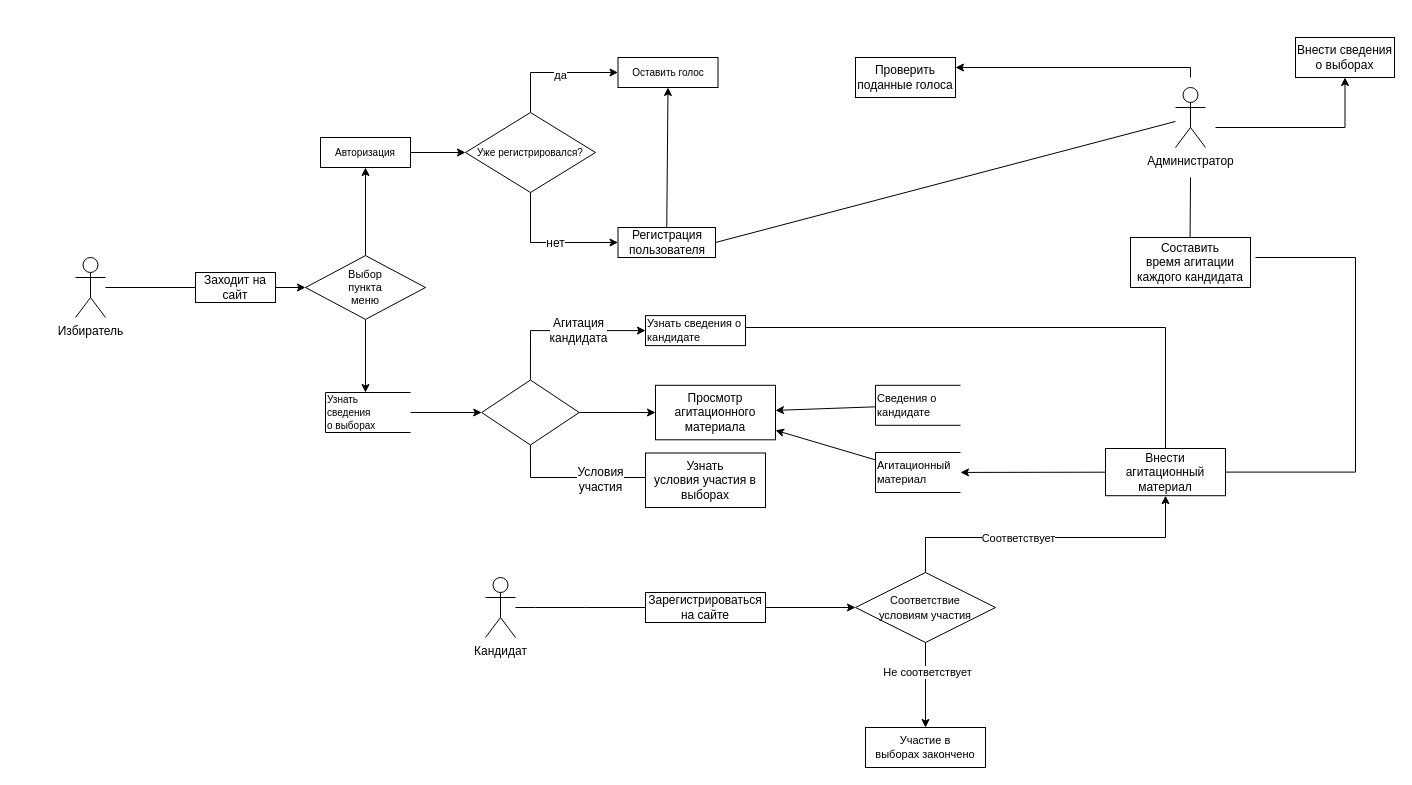
This is DFD Diagram v.2.0 .drawio from aleksey899/Inter.MixAN, a draw.io file, before an edit. Source tidied: cells renumbered, new cells numbered last; positions are measured from the earlier drawing's top-left corner, leaving out a move shared by most shapes. Both pictures are drawn from the tidied source at 100%, with x=0, y=0 at pixel (75, 37).
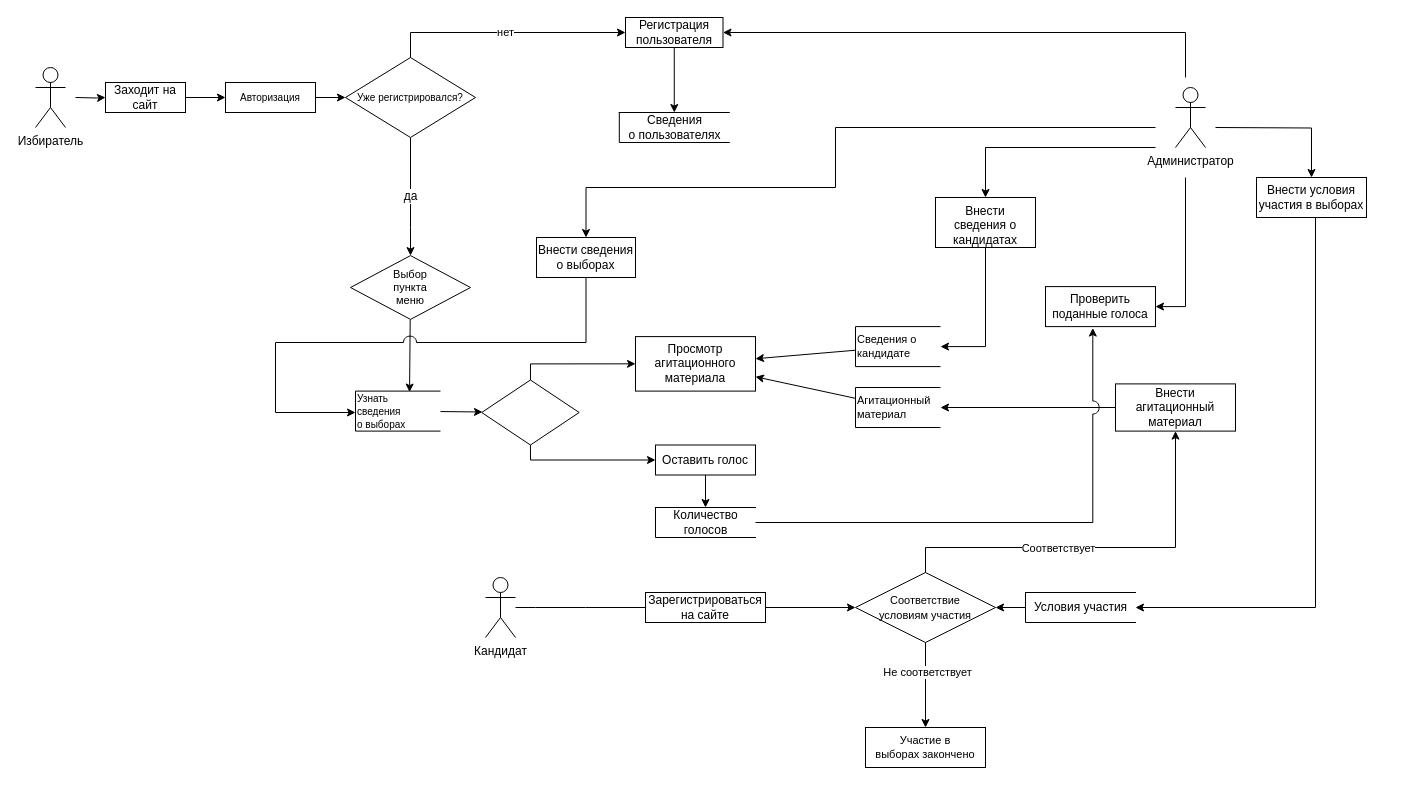
The same diagram, later.

The change refers to these unchanged cells:
```xml
<mxCell id="4" value="Администратор" style="shape=umlActor;verticalLabelPosition=bottom;verticalAlign=top;html=1;outlineConnect=0;hachureGap=4;" parent="1" vertex="1">
  <mxGeometry x="1100" y="50" width="30" height="60" as="geometry" />
</mxCell>
<mxCell id="27" style="rhombus;whiteSpace=wrap;html=1;rounded=0;fontSize=11;align=left;strokeWidth=1;" parent="1" vertex="1">
  <mxGeometry x="406.2" y="342.5" width="97.5" height="65" as="geometry" />
</mxCell>
<mxCell id="43" value="&lt;font style=&quot;font-size: 11px&quot;&gt;Соответствие&lt;font style=&quot;font-size: 11px&quot;&gt;&lt;br&gt;условиям &lt;/font&gt; &lt;font style=&quot;font-size: 11px&quot;&gt;участия&lt;/font&gt;&lt;/font&gt;" style="rhombus;whiteSpace=wrap;html=1;rounded=0;fontSize=12;strokeWidth=1;" parent="1" vertex="1">
  <mxGeometry x="780" y="535" width="140" height="70" as="geometry" />
</mxCell>
```

What changed in the source:
```diff
@@
-    <mxCell id="2" style="edgeStyle=none;rounded=0;jettySize=auto;html=1;endArrow=none;endFill=0;" parent="1" edge="1" target="7">
-      <mxGeometry relative="1" as="geometry">
-        <mxPoint x="30" y="250" as="sourcePoint" />
-      </mxGeometry>
-    </mxCell>
+    <mxCell id="57" style="edgeStyle=orthogonalEdgeStyle;rounded=0;jettySize=auto;html=1;" parent="1" edge="1" target="7">
+      <mxGeometry relative="1" as="geometry">
+        <mxPoint y="60" as="sourcePoint" />
+      </mxGeometry>
+    </mxCell>
     <mxCell id="3" value="Избиратель" style="shape=umlActor;verticalLabelPosition=bottom;verticalAlign=top;html=1;hachureGap=4;" parent="1" vertex="1">
-      <mxGeometry y="220" width="30" height="60" as="geometry" />
+      <mxGeometry x="-40" y="30" width="30" height="60" as="geometry" />
     </mxCell>
+    <mxCell id="58" style="edgeStyle=orthogonalEdgeStyle;rounded=0;jettySize=auto;html=1;" parent="1" edge="1" target="62">
+      <mxGeometry relative="1" as="geometry">
+        <mxPoint x="1080" y="110" as="sourcePoint" />
+        <Array as="points">
+          <mxPoint x="910" y="110" />
+        </Array>
+      </mxGeometry>
+    </mxCell>
@@
-    <mxCell id="6" style="edgeStyle=none;rounded=0;jettySize=auto;html=1;exitX=1;exitY=0.5;exitDx=0;exitDy=0;entryX=0;entryY=0.5;entryDx=0;entryDy=0;fontSize=10;endArrow=classic;endFill=1;" parent="1" edge="1" source="7">
-      <mxGeometry relative="1" as="geometry">
-        <mxPoint x="230" y="250" as="targetPoint" />
-      </mxGeometry>
+    <mxCell id="6" style="edgeStyle=none;rounded=0;jettySize=auto;html=1;exitX=1;exitY=0.5;exitDx=0;exitDy=0;entryX=0;entryY=0.5;entryDx=0;entryDy=0;fontSize=10;endArrow=classic;endFill=1;" parent="1" edge="1" source="7" target="12">
+      <mxGeometry relative="1" as="geometry" />
     </mxCell>
     <mxCell id="7" value="Заходит на сайт" style="rounded=0;whiteSpace=wrap;html=1;" parent="1" vertex="1">
-      <mxGeometry x="120" y="235" width="80" height="30" as="geometry" />
+      <mxGeometry x="30" y="45" width="80" height="30" as="geometry" />
     </mxCell>
-    <mxCell id="8" style="edgeStyle=none;rounded=0;jettySize=auto;html=1;fontSize=11;endArrow=classic;endFill=1;" parent="1" edge="1" source="10" target="12">
-      <mxGeometry relative="1" as="geometry" />
-    </mxCell>
-    <mxCell id="9" style="edgeStyle=none;rounded=0;jettySize=auto;html=1;fontSize=11;endArrow=classic;endFill=1;" parent="1" edge="1" source="10">
-      <mxGeometry relative="1" as="geometry">
-        <mxPoint x="290" y="355" as="targetPoint" />
-      </mxGeometry>
+    <mxCell id="9" style="edgeStyle=none;rounded=0;jettySize=auto;html=1;fontSize=11;endArrow=classic;endFill=1;entryX=0.636;entryY=0.024;entryDx=0;entryDy=0;entryPerimeter=0;" parent="1" edge="1" source="10" target="14">
+      <mxGeometry relative="1" as="geometry" />
     </mxCell>
     <mxCell id="10" value="&lt;font style=&quot;font-size: 11px&quot;&gt;Выбор &lt;br&gt;пункта &lt;br&gt;&lt;font style=&quot;font-size: 11px&quot;&gt;меню&lt;/font&gt;&lt;font style=&quot;font-size: 11px&quot;&gt; &lt;br&gt; &lt;/font&gt;&lt;/font&gt;" style="strokeWidth=1;html=1;shape=mxgraph.flowchart.decision;whiteSpace=wrap;fontSize=10;" parent="1" vertex="1">
-      <mxGeometry x="230" y="218.1" width="120" height="63.8" as="geometry" />
+      <mxGeometry x="275" y="218.1" width="120" height="63.8" as="geometry" />
     </mxCell>
@@
     <mxCell id="12" value="Авторизация" style="whiteSpace=wrap;html=1;fontSize=10;strokeWidth=1;" parent="1" vertex="1">
-      <mxGeometry x="245" y="100" width="90" height="30" as="geometry" />
+      <mxGeometry x="150" y="45" width="90" height="30" as="geometry" />
     </mxCell>
@@
     <mxCell id="14" value="&lt;font&gt;&lt;span style=&quot;text-align: center ; font-size: 10px&quot;&gt;Узнать&lt;/span&gt;&lt;br style=&quot;text-align: center&quot;&gt;&lt;span style=&quot;text-align: center ; font-size: 10px&quot;&gt;сведения&lt;/span&gt;&lt;/font&gt; &lt;br&gt;&lt;div style=&quot;text-align: center&quot;&gt;&lt;span style=&quot;font-size: 10px&quot;&gt;о выборах&lt;/span&gt;&lt;/div&gt;" style="strokeWidth=1;html=1;shape=mxgraph.flowchart.annotation_1;align=left;rounded=0;fontSize=11;" parent="1" vertex="1">
-      <mxGeometry x="250" y="355" width="85" height="40" as="geometry" />
+      <mxGeometry x="280" y="353.6" width="85" height="40" as="geometry" />
     </mxCell>
-    <mxCell id="15" style="edgeStyle=none;rounded=0;orthogonalLoop=1;jettySize=auto;html=1;fontSize=11;endArrow=none;endFill=0;" parent="1" edge="1">
-      <mxGeometry relative="1" as="geometry">
-        <mxPoint x="1114.5" y="210" as="sourcePoint" />
-        <mxPoint x="1115" y="140" as="targetPoint" />
-      </mxGeometry>
-    </mxCell>
     <mxCell id="16" value="Уже регистрировался?" style="rhombus;whiteSpace=wrap;html=1;fontSize=10;strokeWidth=1;" parent="1" vertex="1">
-      <mxGeometry x="390" y="75" width="130" height="80" as="geometry" />
+      <mxGeometry x="270" y="20" width="130" height="80" as="geometry" />
     </mxCell>
-    <mxCell id="17" value="Оставить голос" style="whiteSpace=wrap;html=1;fontSize=10;strokeWidth=1;" parent="1" vertex="1">
-      <mxGeometry x="542.5" y="20" width="100" height="30" as="geometry" />
+    <mxCell id="17" value="Оставить голос" style="whiteSpace=wrap;html=1;fontSize=12;strokeWidth=1;" parent="1" vertex="1">
+      <mxGeometry x="580" y="407.5" width="100" height="30" as="geometry" />
     </mxCell>
-    <mxCell id="18" style="endArrow=classic;html=1;rounded=0;fontSize=11;edgeStyle=orthogonalEdgeStyle;elbow=vertical;endFill=1;entryX=0;entryY=0.5;entryDx=0;entryDy=0;exitX=0.5;exitY=0;exitDx=0;exitDy=0;" parent="1" edge="1" source="16" target="17">
+    <mxCell id="18" value="нет" style="endArrow=classic;html=1;rounded=0;fontSize=11;edgeStyle=orthogonalEdgeStyle;elbow=vertical;endFill=1;exitX=0.5;exitY=0;exitDx=0;exitDy=0;entryX=0;entryY=0.5;entryDx=0;entryDy=0;" parent="1" edge="1" source="16" target="20">
       <mxGeometry relative="1" as="geometry" />
     </mxCell>
-    <mxCell id="19" value="да" style="edgeLabel;html=1;align=center;verticalAlign=middle;fontSize=11;" parent="18" vertex="1">
-      <mxGeometry x="0.09" y="-2" relative="1" as="geometry" />
-    </mxCell>
     <mxCell id="20" value="&lt;font&gt;Регистрация&lt;br&gt;&lt;/font&gt;&lt;font&gt;пользователя&lt;/font&gt;" style="rounded=0;whiteSpace=wrap;html=1;fontSize=12;strokeWidth=1;" parent="1" vertex="1">
-      <mxGeometry x="542.5" y="190" width="97.5" height="30" as="geometry" />
+      <mxGeometry x="550" y="-20" width="97.5" height="30" as="geometry" />
     </mxCell>
-    <mxCell id="21" style="endArrow=classic;html=1;rounded=0;fontSize=12;edgeStyle=orthogonalEdgeStyle;elbow=vertical;exitX=0.5;exitY=1;exitDx=0;exitDy=0;entryX=0;entryY=0.5;entryDx=0;entryDy=0;" parent="1" edge="1" source="16" target="20">
-      <mxGeometry relative="1" as="geometry" />
+    <mxCell id="21" value="да" style="endArrow=classic;html=1;rounded=0;fontSize=12;edgeStyle=orthogonalEdgeStyle;elbow=vertical;exitX=0.5;exitY=1;exitDx=0;exitDy=0;entryX=0.5;entryY=0;entryDx=0;entryDy=0;entryPerimeter=0;" parent="1" edge="1" source="16" target="10">
+      <mxGeometry relative="1" as="geometry">
+        <Array as="points">
+          <mxPoint x="335" y="190" />
+          <mxPoint x="335" y="190" />
+        </Array>
+      </mxGeometry>
     </mxCell>
-    <mxCell id="22" value="нет" style="edgeLabel;html=1;align=center;verticalAlign=middle;fontSize=12;" parent="21" vertex="1">
-      <mxGeometry x="0.07" relative="1" as="geometry" />
-    </mxCell>
+    <mxCell id="59" style="edgeStyle=orthogonalEdgeStyle;rounded=0;jettySize=auto;html=1;entryX=1;entryY=0.5;entryDx=0;entryDy=0;" parent="1" edge="1" target="20">
+      <mxGeometry relative="1" as="geometry">
+        <mxPoint x="1110" y="40" as="sourcePoint" />
+        <Array as="points">
+          <mxPoint x="1110" y="-5" />
+        </Array>
+      </mxGeometry>
+    </mxCell>
     <mxCell id="23" value="Проверить поданные голоса" style="rounded=0;whiteSpace=wrap;html=1;fontSize=12;strokeWidth=1;" parent="1" vertex="1">
-      <mxGeometry x="780" y="20" width="100" height="40" as="geometry" />
+      <mxGeometry x="970" y="249.1" width="110" height="40" as="geometry" />
     </mxCell>
-    <mxCell id="24" style="endArrow=classic;html=1;rounded=0;fontSize=12;edgeStyle=orthogonalEdgeStyle;elbow=vertical;endFill=1;" parent="1" edge="1">
+    <mxCell id="24" style="endArrow=classic;html=1;rounded=0;fontSize=12;edgeStyle=orthogonalEdgeStyle;elbow=vertical;endFill=1;entryX=1;entryY=0.5;entryDx=0;entryDy=0;" parent="1" edge="1" target="23">
       <mxGeometry relative="1" as="geometry">
-        <mxPoint x="1115" y="40" as="sourcePoint" />
-        <mxPoint x="880" y="30" as="targetPoint" />
+        <mxPoint x="1110" y="140" as="sourcePoint" />
         <Array as="points">
-          <mxPoint x="1115" y="30" />
-          <mxPoint x="880" y="30" />
+          <mxPoint x="1110" y="269" />
         </Array>
       </mxGeometry>
     </mxCell>
-    <mxCell id="25" style="endArrow=classic;html=1;rounded=0;fontSize=12;elbow=vertical;entryX=0.5;entryY=1;entryDx=0;entryDy=0;exitX=0.5;exitY=0;exitDx=0;exitDy=0;" parent="1" edge="1" source="20" target="17">
-      <mxGeometry relative="1" as="geometry" />
-    </mxCell>
-    <mxCell id="26" style="edgeStyle=none;rounded=0;jettySize=auto;html=1;endArrow=classic;endFill=1;" parent="1" edge="1" source="27" target="52">
-      <mxGeometry relative="1" as="geometry" />
-    </mxCell>
@@
-    <mxCell id="28" value="Узнать сведения о кандидате" style="whiteSpace=wrap;html=1;rounded=0;fontSize=11;align=left;strokeWidth=1;" parent="1" vertex="1">
-      <mxGeometry x="570" y="278.1" width="100" height="30" as="geometry" />
-    </mxCell>
-    <mxCell id="29" style="endArrow=classic;html=1;rounded=0;fontSize=12;edgeStyle=orthogonalEdgeStyle;elbow=vertical;entryX=0;entryY=0.5;entryDx=0;entryDy=0;exitX=0.5;exitY=0;exitDx=0;exitDy=0;" parent="1" edge="1" source="27" target="28">
-      <mxGeometry relative="1" as="geometry">
-        <Array as="points">
-          <mxPoint x="455" y="293" />
-        </Array>
-      </mxGeometry>
-    </mxCell>
-    <mxCell id="30" value="Агитация&lt;br&gt;&lt;font&gt;кандидата&lt;/font&gt;" style="edgeLabel;html=1;align=center;verticalAlign=middle;fontSize=12;" parent="29" vertex="1">
-      <mxGeometry x="0.18" y="1" relative="1" as="geometry" />
-    </mxCell>
-    <mxCell id="31" style="edgeStyle=orthogonalEdgeStyle;rounded=0;orthogonalLoop=1;jettySize=auto;html=1;exitX=0.5;exitY=1;exitDx=0;exitDy=0;fontSize=12;endArrow=classic;endFill=1;" parent="1" edge="1" source="28" target="28">
-      <mxGeometry relative="1" as="geometry" />
+    <mxCell id="31" style="edgeStyle=orthogonalEdgeStyle;rounded=0;orthogonalLoop=1;jettySize=auto;html=1;exitX=0.5;exitY=1;exitDx=0;exitDy=0;fontSize=12;endArrow=classic;endFill=1;" parent="1" edge="1">
+      <mxGeometry relative="1" as="geometry">
+        <mxPoint x="620" y="308.1" as="sourcePoint" />
+        <mxPoint x="620" y="308.1" as="targetPoint" />
+      </mxGeometry>
     </mxCell>
@@
-    <mxCell id="34" value="Узнать&lt;br&gt;условия&amp;nbsp;&lt;font&gt;участия в выборах&lt;/font&gt;" style="rounded=0;whiteSpace=wrap;html=1;fontSize=12;strokeWidth=1;" parent="1" vertex="1">
-      <mxGeometry x="570" y="415.5" width="120" height="54.5" as="geometry" />
-    </mxCell>
-    <mxCell id="35" style="endArrow=none;html=1;rounded=0;fontSize=12;elbow=vertical;exitX=0.5;exitY=1;exitDx=0;exitDy=0;edgeStyle=orthogonalEdgeStyle;entryX=0;entryY=0.5;entryDx=0;entryDy=0;" parent="1" edge="1" source="27" target="34">
-      <mxGeometry relative="1" as="geometry">
-        <Array as="points">
-          <mxPoint x="455" y="440" />
-          <mxPoint x="570" y="440" />
-        </Array>
-      </mxGeometry>
-    </mxCell>
-    <mxCell id="36" value="Условия&lt;br&gt;&lt;font&gt;участия&lt;/font&gt;" style="edgeLabel;html=1;align=center;verticalAlign=middle;points=[];fontSize=12;" parent="35" vertex="1">
-      <mxGeometry x="0.36" y="-1" relative="1" as="geometry" />
-    </mxCell>
-    <mxCell id="37" style="endArrow=none;html=1;rounded=0;fontSize=12;elbow=vertical;exitX=1;exitY=0.5;exitDx=0;exitDy=0;" parent="1" edge="1" source="20" target="4">
-      <mxGeometry relative="1" as="geometry" />
-    </mxCell>
@@
     <mxCell id="40" value="Внести агитационный&lt;br&gt;&lt;font&gt;материал&lt;/font&gt;" style="rounded=0;whiteSpace=wrap;html=1;fontSize=12;strokeWidth=1;" parent="1" vertex="1">
-      <mxGeometry x="1030" y="411" width="120" height="47.2" as="geometry" />
+      <mxGeometry x="1040" y="346.4" width="120" height="47.2" as="geometry" />
     </mxCell>
-    <mxCell id="41" value="Составить&lt;br&gt;время&amp;nbsp;&lt;font&gt;агитации каждого кандидата&lt;/font&gt;" style="rounded=0;whiteSpace=wrap;html=1;fontSize=12;strokeWidth=1;" parent="1" vertex="1">
-      <mxGeometry x="1055" y="200" width="120" height="50" as="geometry" />
-    </mxCell>
-    <mxCell id="42" style="endArrow=none;html=1;rounded=0;fontSize=12;edgeStyle=orthogonalEdgeStyle;elbow=vertical;entryX=1;entryY=0.5;entryDx=0;entryDy=0;exitX=0.5;exitY=0;exitDx=0;exitDy=0;endFill=0;" parent="1" edge="1" source="40" target="28">
-      <mxGeometry relative="1" as="geometry">
-        <Array as="points">
-          <mxPoint x="1090" y="290" />
-          <mxPoint x="670" y="290" />
-        </Array>
-      </mxGeometry>
-    </mxCell>
@@
     <mxCell id="45" style="endArrow=classic;html=1;rounded=0;fontSize=11;edgeStyle=orthogonalEdgeStyle;elbow=vertical;entryX=0.5;entryY=1;entryDx=0;entryDy=0;exitX=0.5;exitY=0;exitDx=0;exitDy=0;" parent="1" edge="1" source="43" target="40">
       <mxGeometry relative="1" as="geometry">
         <Array as="points">
-          <mxPoint x="850" y="500" />
-          <mxPoint x="1090" y="500" />
+          <mxPoint x="850" y="510" />
+          <mxPoint x="1100" y="510" />
         </Array>
       </mxGeometry>
     </mxCell>
@@
-    <mxCell id="49" style="endArrow=none;html=1;rounded=0;fontSize=11;elbow=vertical;edgeStyle=orthogonalEdgeStyle;entryX=1;entryY=0.5;entryDx=0;entryDy=0;endFill=0;" parent="1" edge="1" target="40">
-      <mxGeometry relative="1" as="geometry">
-        <mxPoint x="1180" y="220" as="sourcePoint" />
-        <Array as="points">
-          <mxPoint x="1280" y="220" />
-          <mxPoint x="1280" y="435" />
-        </Array>
-      </mxGeometry>
-    </mxCell>
@@
     <mxCell id="51" value="Агитационный&lt;br&gt;материал" style="strokeWidth=1;html=1;shape=mxgraph.flowchart.annotation_1;align=left;rounded=0;fontSize=11;" parent="1" vertex="1">
-      <mxGeometry x="800" y="415" width="85" height="40" as="geometry" />
+      <mxGeometry x="780" y="350" width="85" height="40" as="geometry" />
     </mxCell>
     <mxCell id="52" value="Просмотр агитационного материала" style="rounded=0;whiteSpace=wrap;html=1;fontSize=12;strokeWidth=1;" parent="1" vertex="1">
-      <mxGeometry x="580" y="347.8" width="120" height="54.5" as="geometry" />
+      <mxGeometry x="560" y="299.1" width="120" height="54.5" as="geometry" />
     </mxCell>
@@
     <mxCell id="54" value="Сведения о &lt;br&gt;кандидате" style="strokeWidth=1;html=1;shape=mxgraph.flowchart.annotation_1;align=left;rounded=0;fontSize=11;" parent="1" vertex="1">
-      <mxGeometry x="800" y="347.8" width="85" height="40" as="geometry" />
+      <mxGeometry x="780" y="289.1" width="85" height="40" as="geometry" />
     </mxCell>
     <mxCell id="55" value="Внести сведения о выборах" style="rounded=0;whiteSpace=wrap;html=1;" parent="1" vertex="1">
-      <mxGeometry x="1220" width="99" height="40" as="geometry" />
+      <mxGeometry x="461" y="200" width="99" height="40" as="geometry" />
     </mxCell>
-    <mxCell id="56" style="endArrow=classic;html=1;rounded=0;edgeStyle=orthogonalEdgeStyle;entryX=0.5;entryY=1;entryDx=0;entryDy=0;" parent="1" edge="1" target="55">
+    <mxCell id="56" style="endArrow=classic;html=1;rounded=0;edgeStyle=orthogonalEdgeStyle;entryX=0.5;entryY=0;entryDx=0;entryDy=0;" parent="1" edge="1" target="55">
       <mxGeometry relative="1" as="geometry">
-        <mxPoint x="1140" y="90" as="sourcePoint" />
+        <mxPoint x="1080" y="90" as="sourcePoint" />
         <Array as="points">
-          <mxPoint x="1269" y="90" />
+          <mxPoint x="760" y="90" />
+          <mxPoint x="760" y="150" />
+          <mxPoint x="511" y="150" />
         </Array>
       </mxGeometry>
     </mxCell>
+    <mxCell id="60" value="Сведения&lt;br&gt;о&amp;nbsp;&lt;font&gt;пользователях&lt;/font&gt;" style="html=1;dashed=0;whitespace=wrap;shape=partialRectangle;right=0;" parent="1" vertex="1">
+      <mxGeometry x="543.8" y="75" width="110" height="30" as="geometry" />
+    </mxCell>
+    <mxCell id="61" style="edgeStyle=orthogonalEdgeStyle;rounded=0;jettySize=auto;html=1;" parent="1" edge="1" source="36" target="43">
+      <mxGeometry relative="1" as="geometry" />
+    </mxCell>
+    <mxCell id="36" value="Условия участия" style="html=1;dashed=0;whitespace=wrap;shape=partialRectangle;right=0;" parent="1" vertex="1">
+      <mxGeometry x="950" y="555" width="110" height="30" as="geometry" />
+    </mxCell>
+    <mxCell id="62" value="Внести&lt;br&gt;сведения&amp;nbsp;&lt;font&gt;о кандидатах&lt;/font&gt;" style="whiteSpace=wrap;html=1;verticalAlign=top;hachureGap=4;" parent="1" vertex="1">
+      <mxGeometry x="860" y="160" width="100" height="50" as="geometry" />
+    </mxCell>
+    <mxCell id="63" style="endArrow=classic;html=1;rounded=0;edgeStyle=orthogonalEdgeStyle;exitX=0.5;exitY=1;exitDx=0;exitDy=0;entryX=1;entryY=0.5;entryDx=0;entryDy=0;entryPerimeter=0;jumpStyle=arc;jumpSize=13;" parent="1" edge="1" source="62" target="54">
+      <mxGeometry relative="1" as="geometry">
+        <Array as="points">
+          <mxPoint x="910" y="309" />
+        </Array>
+      </mxGeometry>
+    </mxCell>
+    <mxCell id="64" style="endArrow=classic;html=1;rounded=0;edgeStyle=orthogonalEdgeStyle;jumpStyle=arc;jumpSize=13;exitX=0.5;exitY=1;exitDx=0;exitDy=0;entryX=0;entryY=0.5;entryDx=0;entryDy=0;" parent="1" edge="1" source="27" target="17">
+      <mxGeometry relative="1" as="geometry">
+        <Array as="points">
+          <mxPoint x="455" y="423" />
+        </Array>
+      </mxGeometry>
+    </mxCell>
+    <mxCell id="26" style="endArrow=classic;html=1;rounded=0;edgeStyle=orthogonalEdgeStyle;jumpStyle=arc;jumpSize=13;entryX=0;entryY=0.5;entryDx=0;entryDy=0;exitX=0.5;exitY=0;exitDx=0;exitDy=0;" parent="1" edge="1" source="27" target="52">
+      <mxGeometry relative="1" as="geometry">
+        <Array as="points">
+          <mxPoint x="455" y="326" />
+        </Array>
+      </mxGeometry>
+    </mxCell>
+    <mxCell id="65" style="endArrow=classic;html=1;rounded=0;jumpStyle=arc;jumpSize=13;exitX=0.5;exitY=1;exitDx=0;exitDy=0;" parent="1" edge="1" source="20" target="60">
+      <mxGeometry relative="1" as="geometry" />
+    </mxCell>
+    <mxCell id="66" value="Количество&lt;br&gt;&lt;font&gt;голосов&lt;/font&gt;" style="html=1;dashed=0;whitespace=wrap;shape=partialRectangle;right=0;" parent="1" vertex="1">
+      <mxGeometry x="580" y="470" width="100" height="30" as="geometry" />
+    </mxCell>
+    <mxCell id="67" style="endArrow=classic;html=1;rounded=0;jumpStyle=arc;jumpSize=13;exitX=0.5;exitY=1;exitDx=0;exitDy=0;entryX=0.5;entryY=0;entryDx=0;entryDy=0;" parent="1" edge="1" source="17" target="66">
+      <mxGeometry relative="1" as="geometry" />
+    </mxCell>
+    <mxCell id="68" style="endArrow=classic;html=1;rounded=0;jumpStyle=arc;jumpSize=13;edgeStyle=orthogonalEdgeStyle;exitX=1;exitY=0.5;exitDx=0;exitDy=0;entryX=0.43;entryY=1.036;entryDx=0;entryDy=0;entryPerimeter=0;" parent="1" edge="1" source="66" target="23">
+      <mxGeometry relative="1" as="geometry">
+        <Array as="points">
+          <mxPoint x="1017" y="485" />
+        </Array>
+      </mxGeometry>
+    </mxCell>
+    <mxCell id="69" style="endArrow=classic;html=1;rounded=0;fontSize=12;edgeStyle=orthogonalEdgeStyle;jumpStyle=arc;jumpSize=13;exitX=0.5;exitY=1;exitDx=0;exitDy=0;" parent="1" edge="1" source="55">
+      <mxGeometry relative="1" as="geometry">
+        <mxPoint x="280" y="375" as="targetPoint" />
+        <Array as="points">
+          <mxPoint x="510" y="305" />
+          <mxPoint x="200" y="305" />
+          <mxPoint x="200" y="375" />
+        </Array>
+      </mxGeometry>
+    </mxCell>
+    <mxCell id="70" value="Внести условия участия в выборах" style="rounded=0;whiteSpace=wrap;html=1;fontSize=12;direction=west;" parent="1" vertex="1">
+      <mxGeometry x="1181" y="140" width="110" height="40" as="geometry" />
+    </mxCell>
+    <mxCell id="71" style="endArrow=classic;html=1;rounded=0;fontSize=12;edgeStyle=orthogonalEdgeStyle;jumpStyle=arc;jumpSize=13;entryX=0.5;entryY=1;entryDx=0;entryDy=0;" parent="1" edge="1" target="70">
+      <mxGeometry relative="1" as="geometry">
+        <mxPoint x="1140" y="90" as="sourcePoint" />
+      </mxGeometry>
+    </mxCell>
+    <mxCell id="72" style="endArrow=classic;html=1;rounded=0;fontSize=12;edgeStyle=orthogonalEdgeStyle;jumpStyle=arc;jumpSize=13;entryX=1;entryY=0.5;entryDx=0;entryDy=0;exitX=0.5;exitY=0;exitDx=0;exitDy=0;" parent="1" edge="1" source="70" target="36">
+      <mxGeometry relative="1" as="geometry">
+        <Array as="points">
+          <mxPoint x="1240" y="180" />
+          <mxPoint x="1240" y="570" />
+        </Array>
+      </mxGeometry>
+    </mxCell>
```
